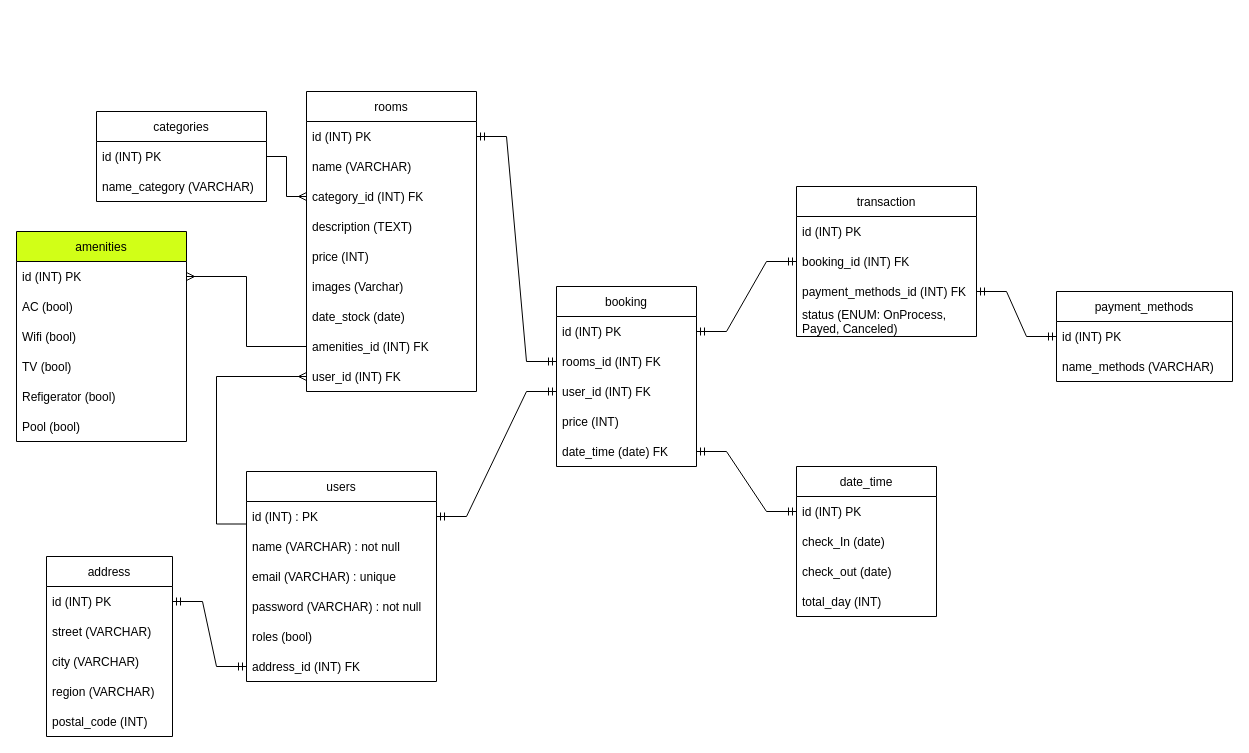
Earlier version of the draw.io diagram ERD.drawio (air-bnb-group-3/BE). Source tidied: cells renumbered, new cells numbered last; positions are measured from the earlier drawing's top-left corner, leaving out a move shared by most shapes. Both pictures are drawn from the tidied source at 100%, with x=0, y=0 at pixel (16, 91).
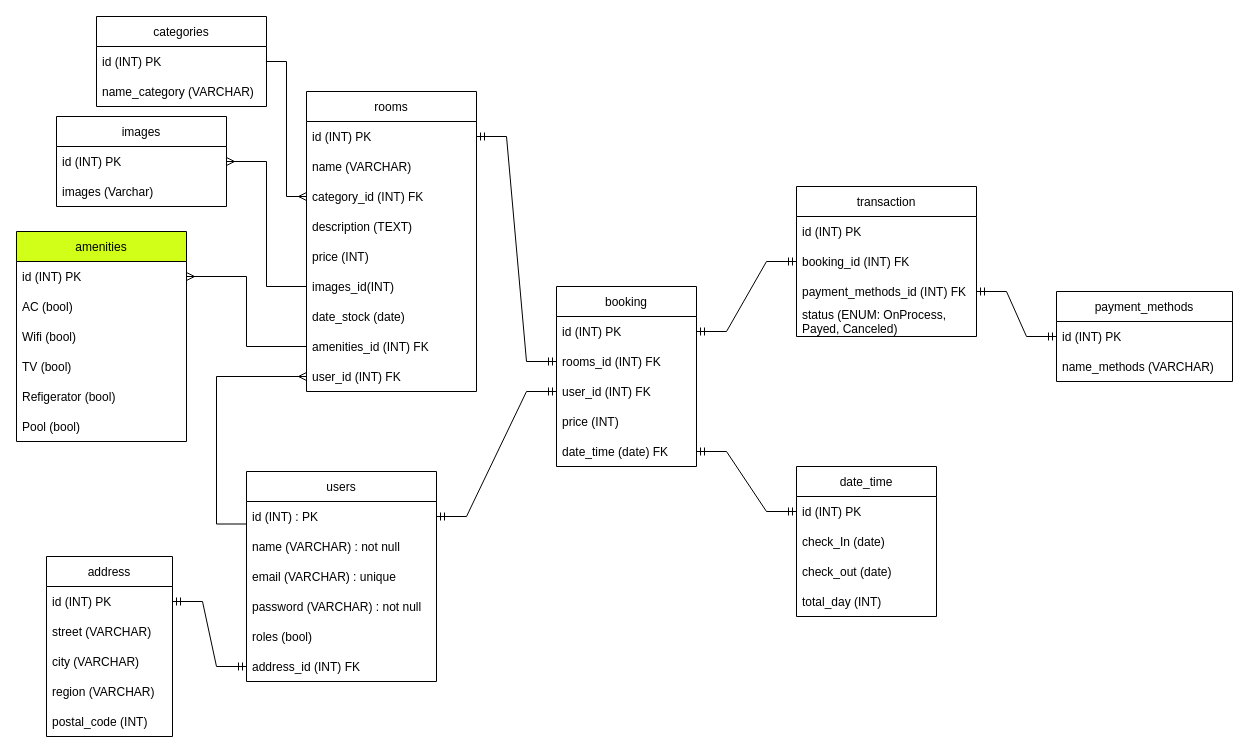
The same diagram, later.

The change refers to these unchanged cells:
```xml
<mxCell id="9" value="rooms" style="swimlane;fontStyle=0;horizontal=1;startSize=30;" parent="1" vertex="1">
  <mxGeometry x="290" width="170" height="300" as="geometry" />
</mxCell>
```

Diff of the diagram source:
```diff
@@
-    <mxCell id="15" value="images (Varchar)" style="text;strokeColor=none;fillColor=none;align=left;verticalAlign=middle;spacingLeft=4;spacingRight=4;overflow=hidden;points=[[0,0.5],[1,0.5]];portConstraint=eastwest;" parent="9" vertex="1">
+    <mxCell id="15" value="images_id(INT)" style="text;strokeColor=none;fillColor=none;align=left;verticalAlign=middle;spacingLeft=4;spacingRight=4;overflow=hidden;points=[[0,0.5],[1,0.5]];portConstraint=eastwest;" parent="9" vertex="1">
       <mxGeometry y="180" width="170" height="30" as="geometry" />
     </mxCell>
@@
     <mxCell id="57" value="categories" style="swimlane;fontStyle=0;horizontal=1;startSize=30;" parent="1" vertex="1">
-      <mxGeometry x="80" y="20" width="170" height="90" as="geometry" />
+      <mxGeometry x="80" y="-75" width="170" height="90" as="geometry" />
     </mxCell>
@@
+    <mxCell id="63" value="images" style="swimlane;fontStyle=0;horizontal=1;startSize=30;" parent="1" vertex="1">
+      <mxGeometry x="40" y="25" width="170" height="90" as="geometry" />
+    </mxCell>
+    <mxCell id="64" value="id (INT) PK" style="text;strokeColor=none;fillColor=none;align=left;verticalAlign=middle;spacingLeft=4;spacingRight=4;overflow=hidden;points=[[0,0.5],[1,0.5]];portConstraint=eastwest;" parent="63" vertex="1">
+      <mxGeometry y="30" width="170" height="30" as="geometry" />
+    </mxCell>
+    <mxCell id="65" value="images (Varchar)" style="text;strokeColor=none;fillColor=none;align=left;verticalAlign=middle;spacingLeft=4;spacingRight=4;overflow=hidden;" parent="63" vertex="1">
+      <mxGeometry y="60" width="170" height="30" as="geometry" />
+    </mxCell>
+    <mxCell id="66" style="edgeStyle=elbowEdgeStyle;fontSize=12;html=1;endArrow=ERmany;rounded=0;exitX=0;exitY=0.5;exitDx=0;exitDy=0;entryX=1;entryY=0.5;entryDx=0;entryDy=0;" parent="1" edge="1" source="15" target="64">
+      <mxGeometry relative="1" as="geometry" />
+    </mxCell>
```
